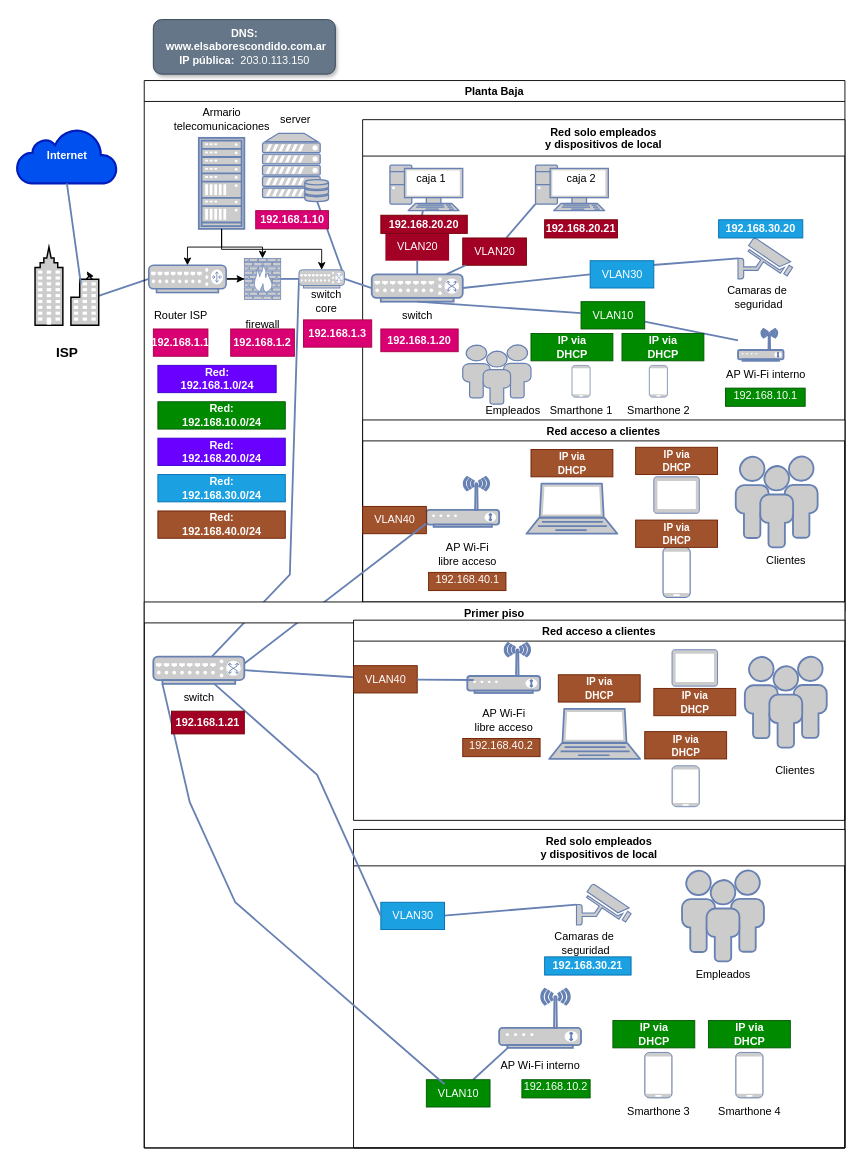
Above: diagramaActividad/Diagrama-red5-Melgarejo.drawio in monick96/diagramasVarios (draw.io), before the change. Source tidied: cells renumbered, new cells numbered last; positions are measured from the earlier drawing's top-left corner, leaving out a move shared by most shapes. Both pictures are drawn from the tidied source at 91%, with x=0, y=0 at pixel (16, 19).
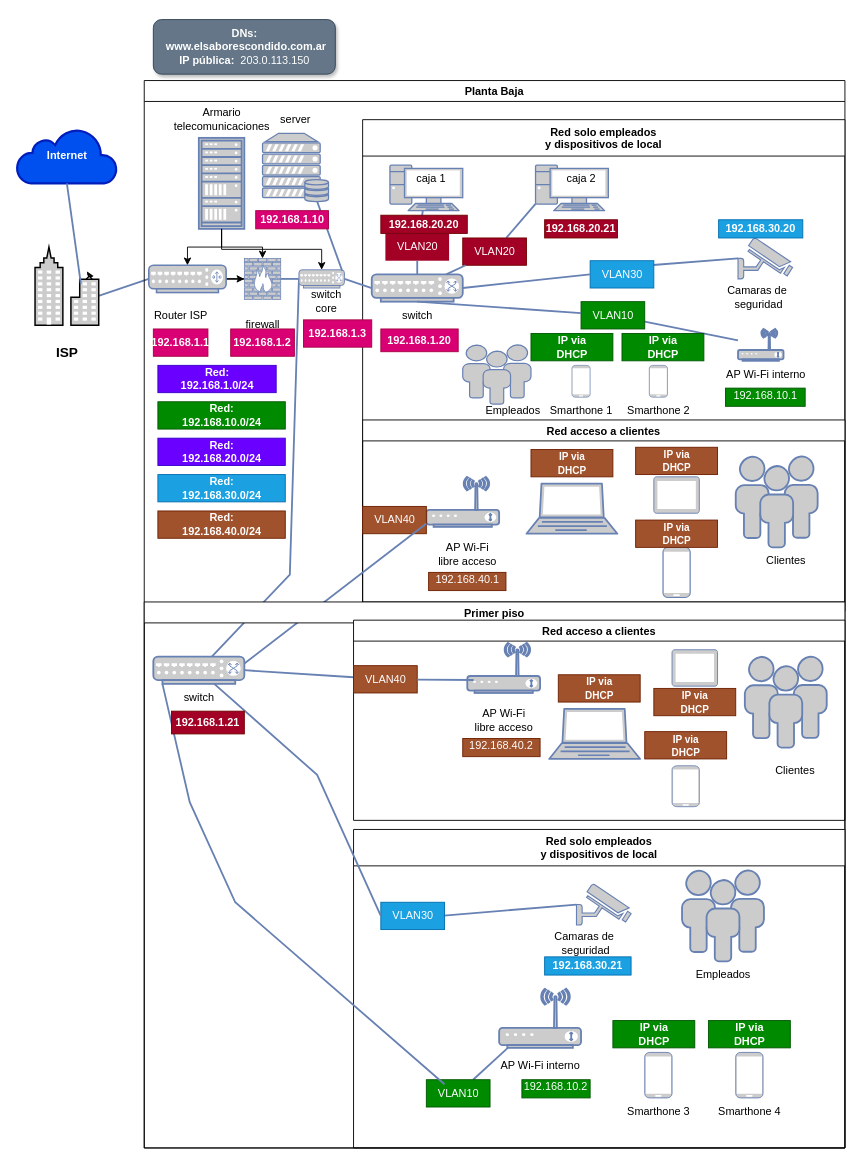
The same diagram, later.

Change to the diagram source:
```diff
@@
-    <mxCell id="127" value="&lt;b&gt;DNS:&lt;br&gt;&amp;nbsp;www.elsaborescondido.com.ar&lt;br&gt;IP pública:&amp;nbsp;&amp;nbsp;&lt;/b&gt;203.0.113.150" style="text;html=1;align=center;verticalAlign=middle;strokeColor=light-dark(#314354, #147bdb);fillColor=#647687;fontColor=#ffffff;shadow=1;glass=0;rounded=1;" parent="1" vertex="1">
+    <mxCell id="127" value="&lt;b&gt;DNs:&lt;br&gt;&amp;nbsp;www.elsaborescondido.com.ar&lt;br&gt;IP pública:&amp;nbsp;&amp;nbsp;&lt;/b&gt;203.0.113.150" style="text;html=1;align=center;verticalAlign=middle;strokeColor=light-dark(#314354, #147bdb);fillColor=#647687;fontColor=#ffffff;shadow=1;glass=0;rounded=1;" parent="1" vertex="1">
       <mxGeometry x="150" width="200" height="60" as="geometry" />
     </mxCell>
```
